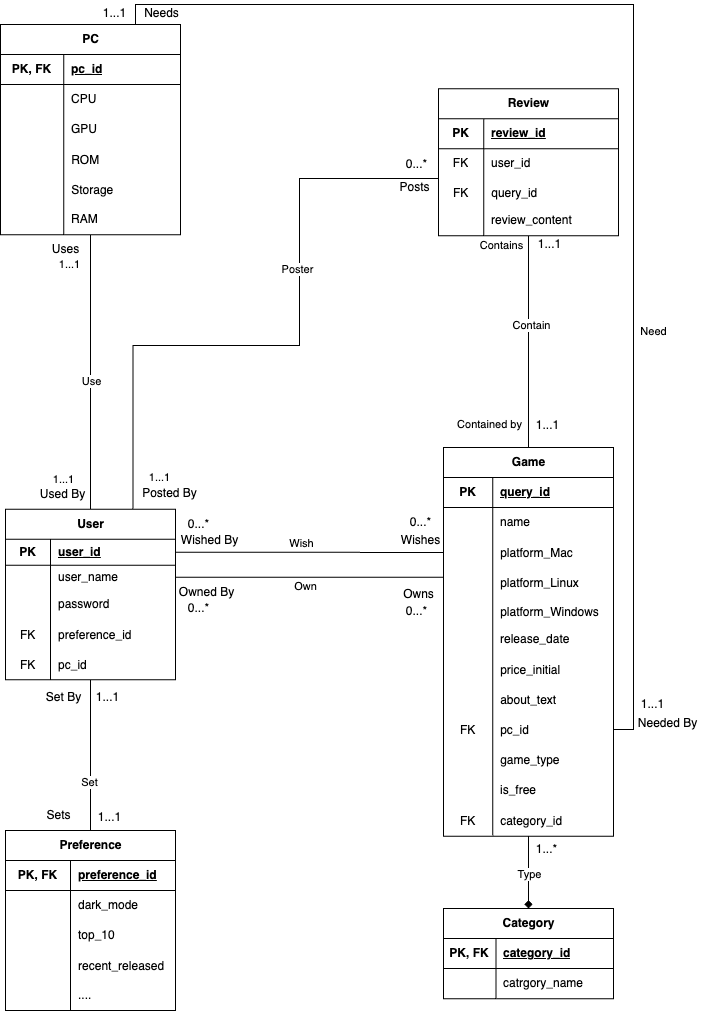
Earlier version of the draw.io export doc/image/cs411-pt1-stage2-uml.png (linggew/GGsteam). Source tidied: cells renumbered, new cells last; positions are measured from the earlier drawing's top-left corner, leaving out a move shared by most shapes.
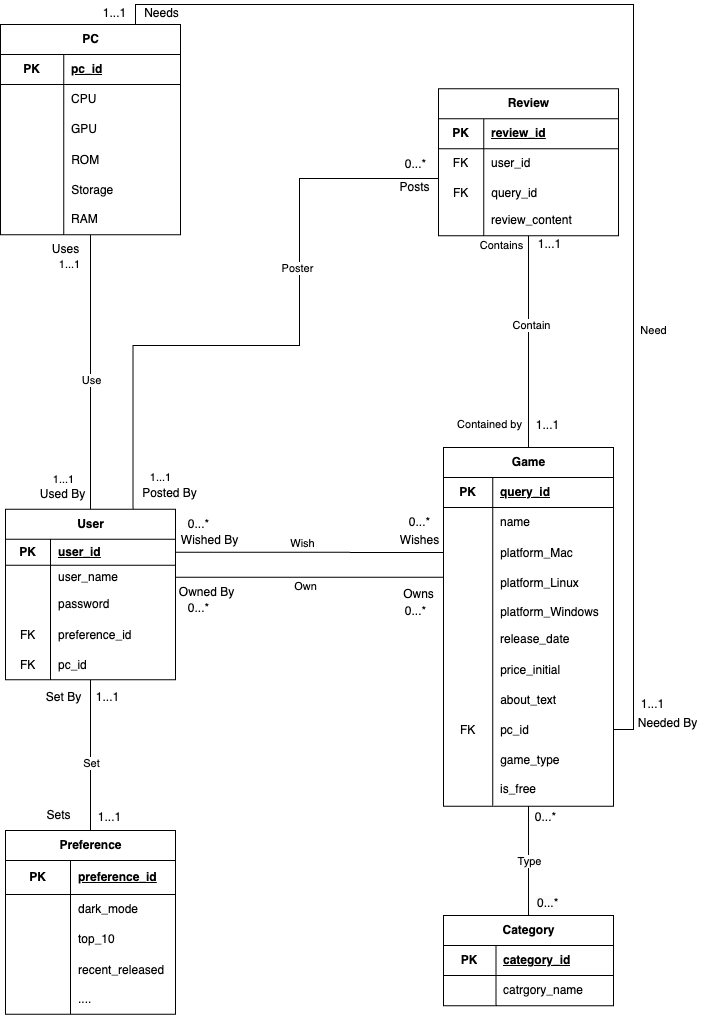
After the change.

Commit message:
Update uml diagram

Diff of the diagram source:
```diff
@@ -71,7 +71,7 @@
     <mxCell id="20" style="shape=tableRow;horizontal=0;startSize=0;swimlaneHead=0;swimlaneBody=0;fillColor=none;top=0;left=0;right=0;bottom=1;" parent="19" vertex="1">
       <mxGeometry y="30" width="180" height="30" as="geometry" />
     </mxCell>
-    <mxCell id="21" value="PK, FK" style="shape=partialRectangle;fillColor=none;top=0;left=0;bottom=0;right=0;fontStyle=1;overflow=hidden;whiteSpace=wrap;html=1;" parent="20" vertex="1">
+    <mxCell id="21" value="PK" style="shape=partialRectangle;fillColor=none;top=0;left=0;bottom=0;right=0;fontStyle=1;overflow=hidden;whiteSpace=wrap;html=1;" parent="20" vertex="1">
       <mxGeometry width="63.2" height="30" as="geometry" />
     </mxCell>
     <mxCell id="22" value="pc_id" style="shape=partialRectangle;fillColor=none;top=0;left=0;bottom=0;right=0;align=left;spacingLeft=6;fontStyle=5;overflow=hidden;whiteSpace=wrap;html=1;" parent="20" vertex="1">
@@ -127,7 +127,7 @@
     </mxCell>
     <mxCell id="39" value="Set" style="edgeLabel;html=1;align=center;verticalAlign=middle;" parent="38" vertex="1">
       <mxGeometry x="-0.22" y="-1" relative="1" as="geometry">
-        <mxPoint x="-1" y="43" as="offset" />
+        <mxPoint x="1" y="24" as="offset" />
       </mxGeometry>
     </mxCell>
     <mxCell id="40" value="User" style="shape=table;startSize=30;rowLines=0;fontStyle=1;align=center;html=1;" parent="1" vertex="1">
@@ -179,19 +179,19 @@
       <mxGeometry x="45.1" width="124.9" height="30" as="geometry" />
     </mxCell>
     <mxCell id="56" value="Preference" style="shape=table;startSize=30;rowLines=0;fontStyle=1;align=center;html=1;" parent="1" vertex="1">
-      <mxGeometry x="5" y="830" width="170" height="180" as="geometry" />
+      <mxGeometry x="5" y="830" width="170" height="183.8" as="geometry" />
     </mxCell>
     <mxCell id="57" style="shape=tableRow;horizontal=0;startSize=0;swimlaneHead=0;swimlaneBody=0;fillColor=none;top=0;left=0;right=0;bottom=1;" parent="56" vertex="1">
-      <mxGeometry y="30" width="170" height="30" as="geometry" />
+      <mxGeometry y="30" width="170" height="34" as="geometry" />
     </mxCell>
-    <mxCell id="58" value="PK, FK" style="shape=partialRectangle;fillColor=none;top=0;left=0;bottom=0;right=0;fontStyle=1;overflow=hidden;whiteSpace=wrap;html=1;" parent="57" vertex="1">
-      <mxGeometry width="65.1" height="30" as="geometry" />
+    <mxCell id="58" value="PK" style="shape=partialRectangle;fillColor=none;top=0;left=0;bottom=0;right=0;fontStyle=1;overflow=hidden;whiteSpace=wrap;html=1;" parent="57" vertex="1">
+      <mxGeometry width="65.1" height="34" as="geometry" />
     </mxCell>
     <mxCell id="59" value="preference_id" style="shape=partialRectangle;fillColor=none;top=0;left=0;bottom=0;right=0;align=left;spacingLeft=6;fontStyle=5;overflow=hidden;whiteSpace=wrap;html=1;" parent="57" vertex="1">
-      <mxGeometry x="65.1" width="104.9" height="30" as="geometry" />
+      <mxGeometry x="65.1" width="104.9" height="34" as="geometry" />
     </mxCell>
     <mxCell id="60" style="shape=tableRow;horizontal=0;startSize=0;swimlaneHead=0;swimlaneBody=0;fillColor=none;top=0;left=0;right=0;bottom=0;" parent="56" vertex="1">
-      <mxGeometry y="60" width="170" height="30" as="geometry" />
+      <mxGeometry y="64" width="170" height="30" as="geometry" />
     </mxCell>
     <mxCell id="61" style="shape=partialRectangle;fillColor=none;top=0;left=0;bottom=0;right=0;overflow=hidden;whiteSpace=wrap;html=1;" parent="60" vertex="1">
       <mxGeometry width="65.1" height="30" as="geometry" />
@@ -200,7 +200,7 @@
       <mxGeometry x="65.1" width="104.9" height="30" as="geometry" />
     </mxCell>
     <mxCell id="63" style="shape=tableRow;horizontal=0;startSize=0;swimlaneHead=0;swimlaneBody=0;fillColor=none;top=0;left=0;right=0;bottom=0;" parent="56" vertex="1">
-      <mxGeometry y="90" width="170" height="30" as="geometry" />
+      <mxGeometry y="94" width="170" height="30" as="geometry" />
     </mxCell>
     <mxCell id="64" style="shape=partialRectangle;fillColor=none;top=0;left=0;bottom=0;right=0;overflow=hidden;whiteSpace=wrap;html=1;" parent="63" vertex="1">
       <mxGeometry width="65.1" height="30" as="geometry" />
@@ -209,7 +209,7 @@
       <mxGeometry x="65.1" width="104.9" height="30" as="geometry" />
     </mxCell>
     <mxCell id="66" style="shape=tableRow;horizontal=0;startSize=0;swimlaneHead=0;swimlaneBody=0;fillColor=none;top=0;left=0;right=0;bottom=0;" parent="56" vertex="1">
-      <mxGeometry y="120" width="170" height="30" as="geometry" />
+      <mxGeometry y="124" width="170" height="30" as="geometry" />
     </mxCell>
     <mxCell id="67" style="shape=partialRectangle;fillColor=none;top=0;left=0;bottom=0;right=0;overflow=hidden;" parent="66" vertex="1">
       <mxGeometry width="65.1" height="30" as="geometry" />
@@ -218,7 +218,7 @@
       <mxGeometry x="65.1" width="104.9" height="30" as="geometry" />
     </mxCell>
     <mxCell id="69" style="shape=tableRow;horizontal=0;startSize=0;swimlaneHead=0;swimlaneBody=0;fillColor=none;top=0;left=0;right=0;bottom=0;" parent="56" vertex="1">
-      <mxGeometry y="150" width="170" height="30" as="geometry" />
+      <mxGeometry y="154" width="170" height="30" as="geometry" />
     </mxCell>
     <mxCell id="70" style="shape=partialRectangle;fillColor=none;top=0;left=0;bottom=0;right=0;overflow=hidden;whiteSpace=wrap;html=1;" parent="69" vertex="1">
       <mxGeometry width="65.1" height="30" as="geometry" />
@@ -227,12 +227,12 @@
       <mxGeometry x="65.1" width="104.9" height="30" as="geometry" />
     </mxCell>
     <mxCell id="72" value="Category" style="shape=table;startSize=30;rowLines=0;fontStyle=1;align=center;html=1;" parent="1" vertex="1">
-      <mxGeometry x="443" y="908" width="170" height="90.1" as="geometry" />
+      <mxGeometry x="443" y="915" width="170" height="90.1" as="geometry" />
     </mxCell>
     <mxCell id="73" style="shape=tableRow;horizontal=0;startSize=0;swimlaneHead=0;swimlaneBody=0;fillColor=none;top=0;left=0;right=0;bottom=1;" parent="72" vertex="1">
       <mxGeometry y="30" width="170" height="30" as="geometry" />
     </mxCell>
-    <mxCell id="74" value="PK, FK" style="shape=partialRectangle;fillColor=none;top=0;left=0;bottom=0;right=0;fontStyle=1;overflow=hidden;whiteSpace=wrap;html=1;" parent="73" vertex="1">
+    <mxCell id="74" value="PK" style="shape=partialRectangle;fillColor=none;top=0;left=0;bottom=0;right=0;fontStyle=1;overflow=hidden;whiteSpace=wrap;html=1;" parent="73" vertex="1">
       <mxGeometry width="52.5" height="30" as="geometry" />
     </mxCell>
     <mxCell id="75" value="category_id" style="shape=partialRectangle;fillColor=none;top=0;left=0;bottom=0;right=0;align=left;spacingLeft=6;fontStyle=5;overflow=hidden;whiteSpace=wrap;html=1;" parent="73" vertex="1">
@@ -247,7 +247,7 @@
     <mxCell id="78" value="catrgory_name" style="shape=partialRectangle;fillColor=none;top=0;left=0;bottom=0;right=0;align=left;spacingLeft=6;overflow=hidden;whiteSpace=wrap;html=1;" parent="76" vertex="1">
       <mxGeometry x="52.5" width="117.5" height="30" as="geometry" />
     </mxCell>
-    <mxCell id="79" style="edgeStyle=orthogonalEdgeStyle;rounded=0;jettySize=auto;html=1;entryX=0.5;entryY=0;entryDx=0;entryDy=0;endArrow=diamond;endFill=1;" parent="1" edge="1" source="81" target="72">
+    <mxCell id="79" style="edgeStyle=orthogonalEdgeStyle;rounded=0;jettySize=auto;html=1;entryX=0.5;entryY=0;entryDx=0;entryDy=0;endArrow=none;endFill=0;" parent="1" edge="1" source="81" target="72">
       <mxGeometry relative="1" as="geometry" />
     </mxCell>
     <mxCell id="80" value="Type" style="edgeLabel;html=1;align=center;verticalAlign=middle;" parent="79" vertex="1">
@@ -256,7 +256,7 @@
       </mxGeometry>
     </mxCell>
     <mxCell id="81" value="Game" style="shape=table;startSize=30;rowLines=0;fontStyle=1;align=center;html=1;" parent="1" vertex="1">
-      <mxGeometry x="443" y="447" width="170" height="388.8" as="geometry" />
+      <mxGeometry x="443" y="447" width="170" height="358.8" as="geometry" />
     </mxCell>
     <mxCell id="82" style="shape=tableRow;horizontal=0;startSize=0;swimlaneHead=0;swimlaneBody=0;fillColor=none;top=0;left=0;right=0;bottom=1;" parent="81" vertex="1">
       <mxGeometry y="30" width="170" height="30" as="geometry" />
@@ -357,15 +357,6 @@
     <mxCell id="114" value="is_free" style="shape=partialRectangle;fillColor=none;top=0;left=0;bottom=0;right=0;align=left;spacingLeft=6;overflow=hidden;whiteSpace=wrap;html=1;" parent="112" vertex="1">
       <mxGeometry x="49.2" width="120.8" height="31" as="geometry" />
     </mxCell>
-    <mxCell id="115" style="shape=tableRow;horizontal=0;startSize=0;swimlaneHead=0;swimlaneBody=0;fillColor=none;top=0;left=0;right=0;bottom=0;" parent="81" vertex="1">
-      <mxGeometry y="358" width="170" height="30" as="geometry" />
-    </mxCell>
-    <mxCell id="116" value="FK" style="shape=partialRectangle;fillColor=none;top=0;left=0;bottom=0;right=0;overflow=hidden;" parent="115" vertex="1">
-      <mxGeometry width="49.2" height="30" as="geometry" />
-    </mxCell>
-    <mxCell id="117" value="category_id" style="shape=partialRectangle;fillColor=none;top=0;left=0;bottom=0;right=0;align=left;spacingLeft=6;overflow=hidden;" parent="115" vertex="1">
-      <mxGeometry x="49.2" width="120.8" height="30" as="geometry" />
-    </mxCell>
     <mxCell id="118" style="edgeStyle=orthogonalEdgeStyle;rounded=0;jettySize=auto;html=1;entryX=0.5;entryY=0;entryDx=0;entryDy=0;endArrow=none;endFill=0;exitX=0.5;exitY=1;exitDx=0;exitDy=0;" parent="1" edge="1" source="122" target="81">
       <mxGeometry relative="1" as="geometry" />
     </mxCell>
@@ -441,8 +432,8 @@
     <mxCell id="140" value="1...1" style="text;html=1;align=center;verticalAlign=middle;strokeColor=none;fillColor=none;" parent="1" vertex="1">
       <mxGeometry x="88" y="804" width="41" height="26" as="geometry" />
     </mxCell>
-    <mxCell id="141" value="1...*" style="text;html=1;align=center;verticalAlign=middle;strokeColor=none;fillColor=none;" parent="1" vertex="1">
-      <mxGeometry x="526" y="835.8" width="39" height="26" as="geometry" />
+    <mxCell id="141" value="0...*" style="text;html=1;align=center;verticalAlign=middle;strokeColor=none;fillColor=none;" parent="1" vertex="1">
+      <mxGeometry x="526" y="804" width="39" height="26" as="geometry" />
     </mxCell>
     <mxCell id="142" value="0...*" style="text;html=1;align=center;verticalAlign=middle;strokeColor=none;fillColor=none;" parent="1" vertex="1">
       <mxGeometry x="396" y="151" width="39" height="26" as="geometry" />
@@ -487,5 +478,8 @@
     <mxCell id="154" value="Needed By" style="text;html=1;align=center;verticalAlign=middle;strokeColor=none;fillColor=none;" parent="1" vertex="1">
       <mxGeometry x="628" y="710" width="77" height="26" as="geometry" />
     </mxCell>
+    <mxCell id="155" value="&lt;span style=&quot;color: rgb(0, 0, 0); font-family: Helvetica; font-size: 12px; font-style: normal; font-variant-ligatures: normal; font-variant-caps: normal; font-weight: 400; letter-spacing: normal; orphans: 2; text-align: center; text-indent: 0px; text-transform: none; widows: 2; word-spacing: 0px; -webkit-text-stroke-width: 0px; background-color: rgb(251, 251, 251); text-decoration-thickness: initial; text-decoration-style: initial; text-decoration-color: initial; float: none; display: inline !important;&quot;&gt;0...*&lt;/span&gt;" style="text;whiteSpace=wrap;html=1;" parent="1" vertex="1">
+      <mxGeometry x="535" y="889" width="49" height="36" as="geometry" />
+    </mxCell>
   </root>
 </mxGraphModel>
```
